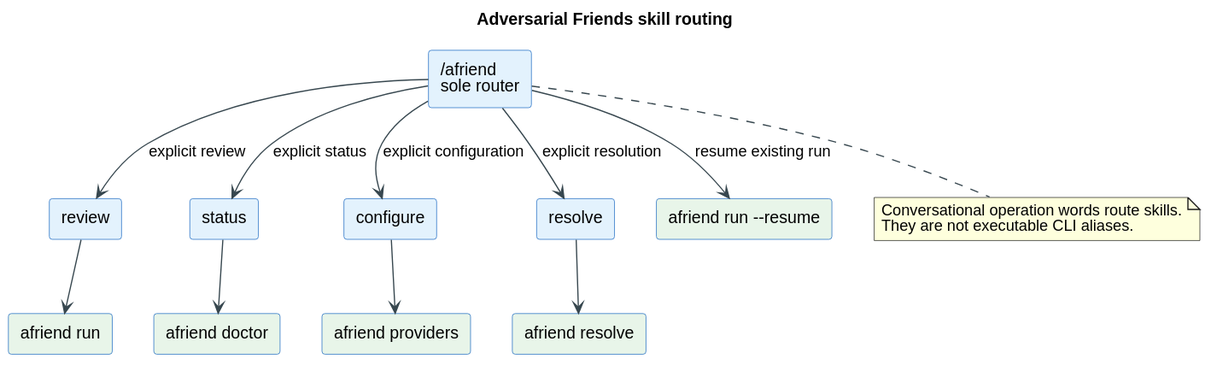
This is docs/architecture/skill-routing.svg from livingstaccato/adversarial-friends, a PlantUML export, as it was before one commit.
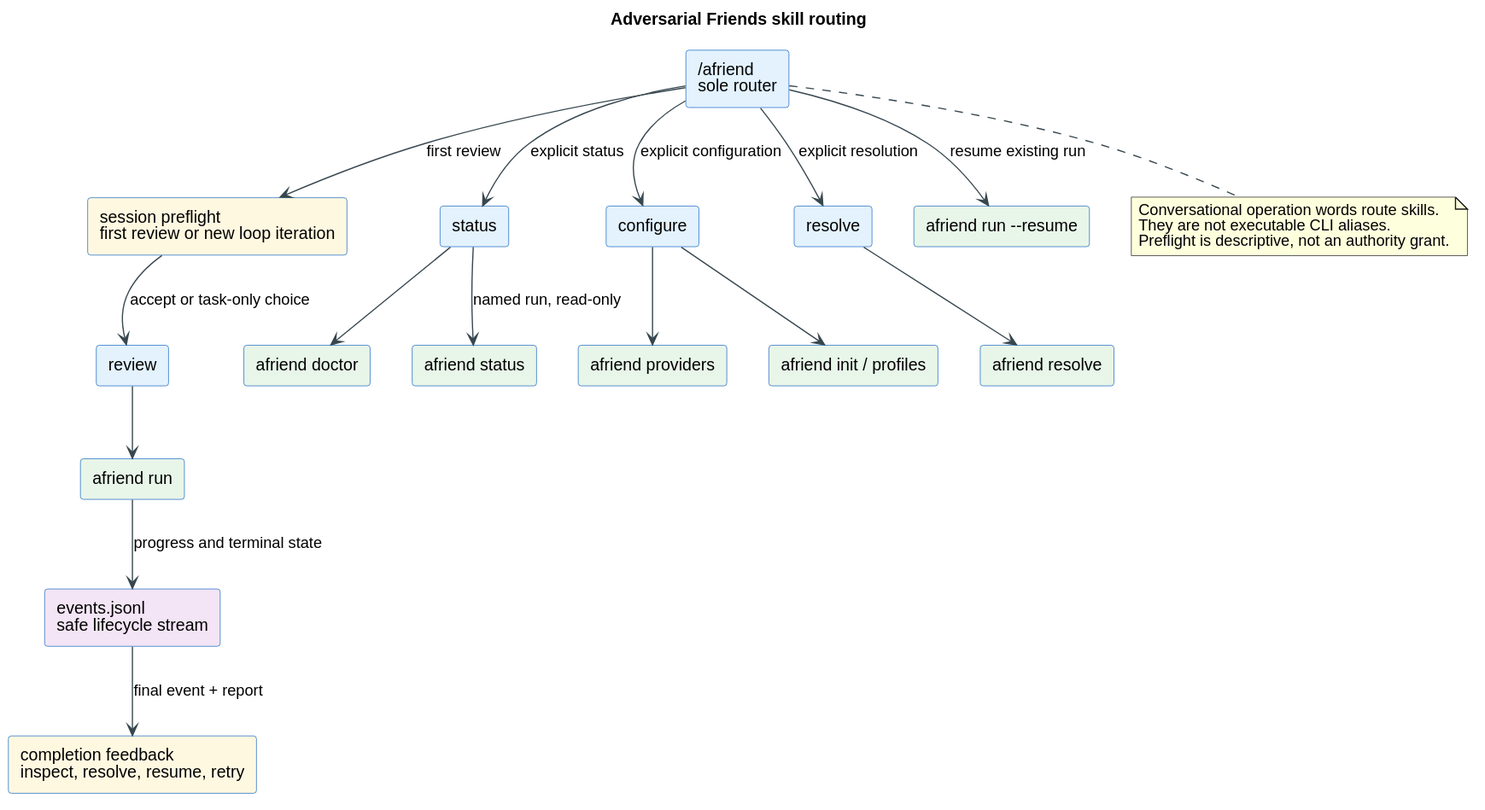
The same diagram one commit later.

Change to the diagram source:
```diff
@@ -10,27 +10,38 @@
 title Adversarial Friends skill routing
 
 rectangle "/afriend\nsole router" as router
+rectangle "session preflight\nfirst review or new loop iteration" as preflight #FFF8E1
 rectangle "review" as review
 rectangle "status" as status
 rectangle "configure" as configure
 rectangle "resolve" as resolve
 rectangle "afriend run" as run #E8F5E9
+rectangle "events.jsonl\nsafe lifecycle stream" as events #F3E5F5
+rectangle "completion feedback\ninspect, resolve, resume, retry" as feedback #FFF8E1
 rectangle "afriend doctor" as doctor #E8F5E9
+rectangle "afriend status" as runstatus #E8F5E9
 rectangle "afriend providers" as providers #E8F5E9
+rectangle "afriend init / profiles" as setup #E8F5E9
 rectangle "afriend resolve" as resolution #E8F5E9
 rectangle "afriend run --resume" as resume #E8F5E9
 
-router --> review : explicit review
+router --> preflight : first review
+preflight --> review : accept or task-only choice
 router --> status : explicit status
 router --> configure : explicit configuration
 router --> resolve : explicit resolution
 router --> resume : resume existing run
 review --> run
+run --> events : progress and terminal state
+events --> feedback : final event + report
 status --> doctor
+status --> runstatus : named run, read-only
 configure --> providers
+configure --> setup
 resolve --> resolution
 note bottom of router
   Conversational operation words route skills.
   They are not executable CLI aliases.
+  Preflight is descriptive, not an authority grant.
 end note
 @enduml
```
